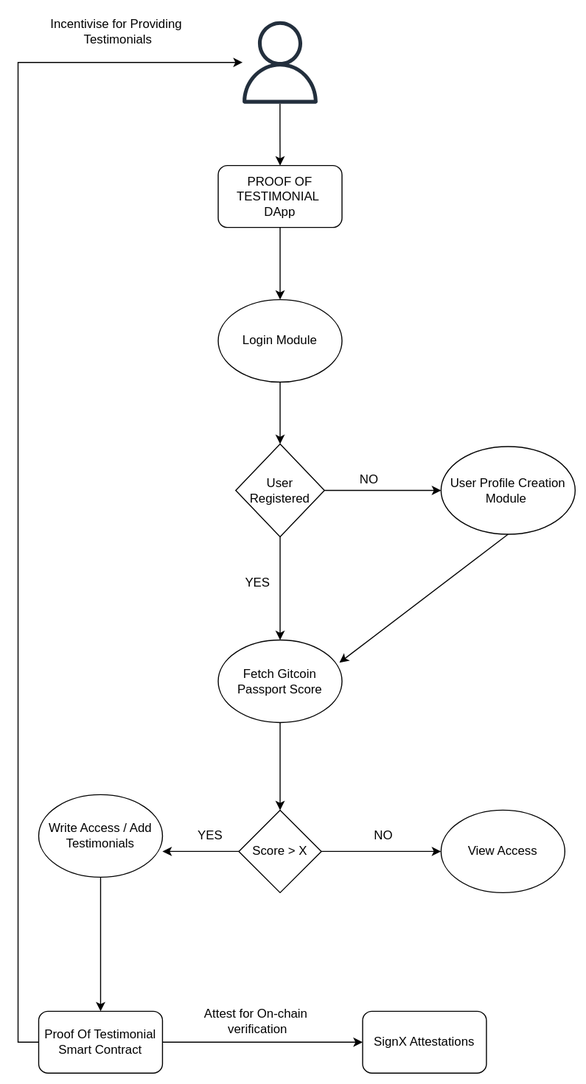
The draw.io diagram client/src/assets/userJourney.svg in Aman035/Proof-Of-Testimonial, before a commit. Source tidied: cells renumbered, new cells last; positions are measured from the earlier drawing's top-left corner, leaving out a move shared by most shapes.
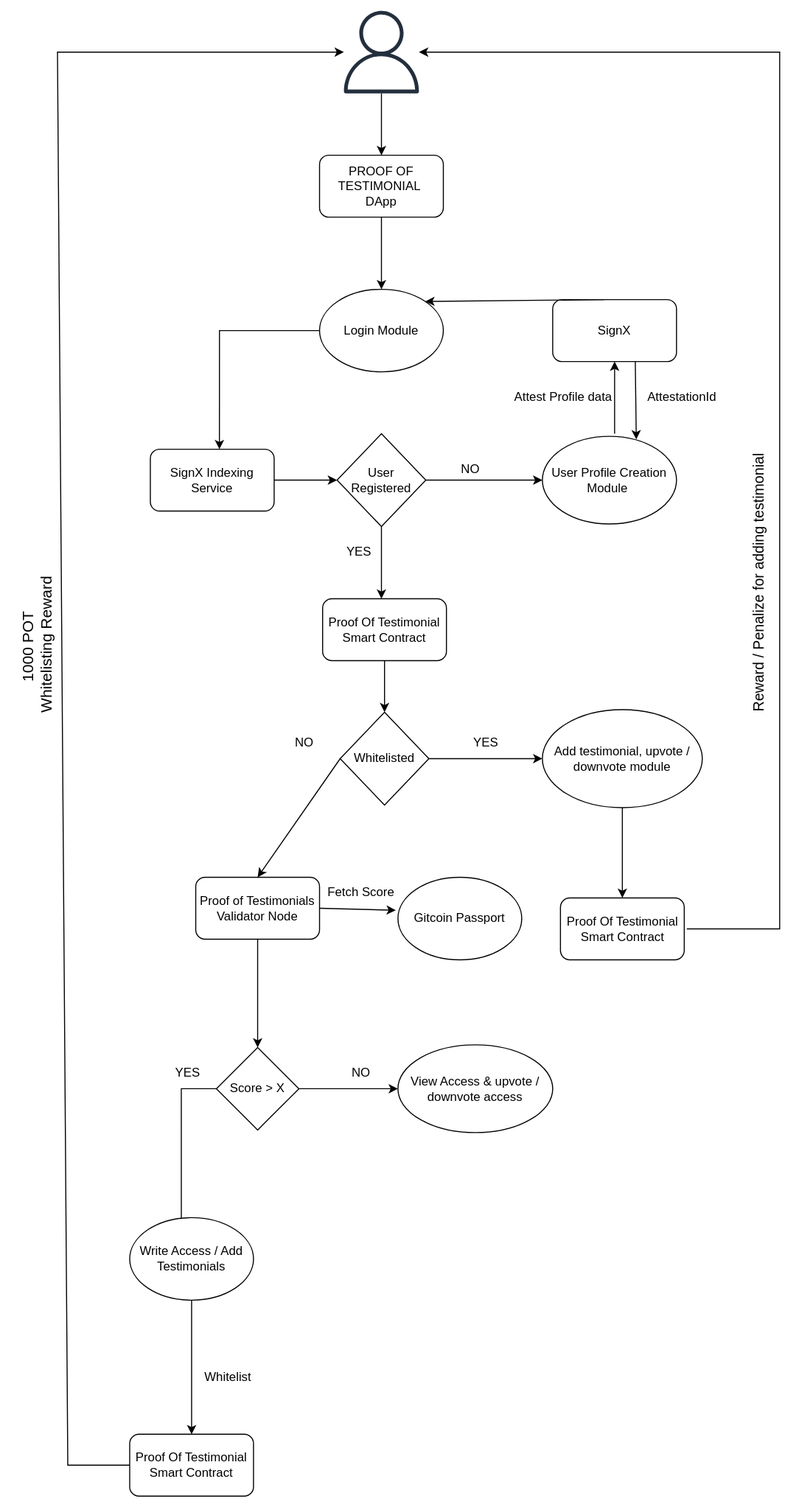
Above is the later version.

The edit, as a diff of the source:
```diff
@@ -14,18 +14,20 @@
     <mxCell id="5" value="PROOF OF TESTIMONIAL&amp;nbsp;&lt;div&gt;DApp&lt;/div&gt;" style="rounded=1;whiteSpace=wrap;html=1;" parent="1" vertex="1">
       <mxGeometry x="194" y="150" width="120" height="60" as="geometry" />
     </mxCell>
-    <mxCell id="6" style="edgeStyle=orthogonalEdgeStyle;rounded=0;jettySize=auto;html=1;" parent="1" edge="1" source="7" target="10">
-      <mxGeometry relative="1" as="geometry" />
-    </mxCell>
+    <mxCell id="31" style="edgeStyle=orthogonalEdgeStyle;rounded=0;jettySize=auto;html=1;entryX=0.558;entryY=0;entryDx=0;entryDy=0;entryPerimeter=0;" parent="1" edge="1" source="7" target="45">
+      <mxGeometry relative="1" as="geometry" />
+    </mxCell>
     <mxCell id="7" value="Login Module" style="ellipse;whiteSpace=wrap;html=1;" parent="1" vertex="1">
       <mxGeometry x="194" y="280" width="120" height="80" as="geometry" />
     </mxCell>
     <mxCell id="8" style="edgeStyle=orthogonalEdgeStyle;rounded=0;jettySize=auto;html=1;" parent="1" edge="1" source="10" target="11">
       <mxGeometry relative="1" as="geometry" />
     </mxCell>
-    <mxCell id="9" style="edgeStyle=orthogonalEdgeStyle;rounded=0;jettySize=auto;html=1;" parent="1" edge="1" source="10" target="14">
-      <mxGeometry relative="1" as="geometry" />
-    </mxCell>
+    <mxCell id="32" style="edgeStyle=orthogonalEdgeStyle;rounded=0;jettySize=auto;html=1;" parent="1" edge="1" source="10">
+      <mxGeometry relative="1" as="geometry">
+        <mxPoint x="254" y="580" as="targetPoint" />
+      </mxGeometry>
+    </mxCell>
     <mxCell id="10" value="User Registered" style="rhombus;whiteSpace=wrap;html=1;" parent="1" vertex="1">
       <mxGeometry x="211" y="420" width="86" height="90" as="geometry" />
     </mxCell>
@@ -35,66 +37,140 @@
     <mxCell id="12" value="NO" style="text;html=1;align=center;verticalAlign=middle;strokeColor=none;fillColor=none;" parent="1" vertex="1">
       <mxGeometry x="320" y="440" width="40" height="30" as="geometry" />
     </mxCell>
-    <mxCell id="13" style="edgeStyle=orthogonalEdgeStyle;rounded=0;jettySize=auto;html=1;" parent="1" edge="1" source="14" target="18">
-      <mxGeometry relative="1" as="geometry" />
-    </mxCell>
-    <mxCell id="14" value="Fetch Gitcoin Passport Score" style="ellipse;whiteSpace=wrap;html=1;" parent="1" vertex="1">
-      <mxGeometry x="194" y="610" width="120" height="80" as="geometry" />
-    </mxCell>
-    <mxCell id="15" style="endArrow=classic;html=1;rounded=0;exitX=0.5;exitY=1;exitDx=0;exitDy=0;entryX=0.979;entryY=0.275;entryDx=0;entryDy=0;entryPerimeter=0;" parent="1" edge="1" source="11" target="14">
-      <mxGeometry relative="1" as="geometry" />
-    </mxCell>
-    <mxCell id="16" style="edgeStyle=orthogonalEdgeStyle;rounded=0;jettySize=auto;html=1;" parent="1" edge="1" source="18" target="19">
-      <mxGeometry relative="1" as="geometry" />
-    </mxCell>
-    <mxCell id="17" style="edgeStyle=orthogonalEdgeStyle;rounded=0;jettySize=auto;html=1;" parent="1" edge="1" source="18">
-      <mxGeometry relative="1" as="geometry">
-        <mxPoint x="140" y="815" as="targetPoint" />
-      </mxGeometry>
-    </mxCell>
+    <mxCell id="33" style="edgeStyle=orthogonalEdgeStyle;rounded=0;jettySize=auto;html=1;exitX=0.5;exitY=1;exitDx=0;exitDy=0;" parent="1" edge="1" source="50" target="18">
+      <mxGeometry relative="1" as="geometry" />
+    </mxCell>
+    <mxCell id="34" style="edgeStyle=orthogonalEdgeStyle;rounded=0;jettySize=auto;html=1;" parent="1" edge="1" source="18" target="36">
+      <mxGeometry relative="1" as="geometry" />
+    </mxCell>
+    <mxCell id="35" style="edgeStyle=orthogonalEdgeStyle;rounded=0;jettySize=auto;html=1;entryX=0.417;entryY=0.125;entryDx=0;entryDy=0;entryPerimeter=0;" parent="1" edge="1" source="18" target="23">
+      <mxGeometry relative="1" as="geometry">
+        <Array as="points">
+          <mxPoint x="60" y="1055" />
+        </Array>
+      </mxGeometry>
+    </mxCell>
     <mxCell id="18" value="Score &amp;gt; X" style="rhombus;whiteSpace=wrap;html=1;" parent="1" vertex="1">
-      <mxGeometry x="214" y="775" width="80" height="80" as="geometry" />
+      <mxGeometry x="94" y="1015" width="80" height="80" as="geometry" />
     </mxCell>
-    <mxCell id="19" value="View Access" style="ellipse;whiteSpace=wrap;html=1;" parent="1" vertex="1">
-      <mxGeometry x="410" y="775" width="120" height="80" as="geometry" />
-    </mxCell>
-    <mxCell id="20" value="YES" style="text;html=1;align=center;verticalAlign=middle;strokeColor=none;fillColor=none;" parent="1" vertex="1">
-      <mxGeometry x="207" y="540" width="50" height="30" as="geometry" />
-    </mxCell>
-    <mxCell id="21" value="NO" style="text;html=1;align=center;verticalAlign=middle;strokeColor=none;fillColor=none;" parent="1" vertex="1">
-      <mxGeometry x="334" y="785" width="40" height="30" as="geometry" />
-    </mxCell>
-    <mxCell id="22" style="edgeStyle=orthogonalEdgeStyle;rounded=0;jettySize=auto;html=1;" parent="1" edge="1" source="23" target="25">
-      <mxGeometry relative="1" as="geometry" />
-    </mxCell>
+    <mxCell id="36" value="View Access &amp;amp; upvote / downvote access" style="ellipse;whiteSpace=wrap;html=1;" parent="1" vertex="1">
+      <mxGeometry x="270" y="1012.5" width="150" height="85" as="geometry" />
+    </mxCell>
+    <mxCell id="37" value="YES" style="text;html=1;align=center;verticalAlign=middle;strokeColor=none;fillColor=none;" parent="1" vertex="1">
+      <mxGeometry x="207" y="520" width="50" height="30" as="geometry" />
+    </mxCell>
+    <mxCell id="38" value="NO" style="text;html=1;align=center;verticalAlign=middle;strokeColor=none;fillColor=none;" parent="1" vertex="1">
+      <mxGeometry x="214" y="1025" width="40" height="30" as="geometry" />
+    </mxCell>
+    <mxCell id="39" style="edgeStyle=orthogonalEdgeStyle;rounded=0;jettySize=auto;html=1;" parent="1" edge="1" source="23" target="40">
+      <mxGeometry relative="1" as="geometry" />
+    </mxCell>
     <mxCell id="23" value="Write Access / Add Testimonials" style="ellipse;whiteSpace=wrap;html=1;" parent="1" vertex="1">
-      <mxGeometry x="20" y="760" width="120" height="80" as="geometry" />
+      <mxGeometry x="10" y="1180" width="120" height="80" as="geometry" />
     </mxCell>
-    <mxCell id="24" style="edgeStyle=orthogonalEdgeStyle;rounded=0;jettySize=auto;html=1;" parent="1" edge="1" source="25" target="26">
-      <mxGeometry relative="1" as="geometry" />
-    </mxCell>
-    <mxCell id="25" value="Proof Of Testimonial Smart Contract" style="rounded=1;whiteSpace=wrap;html=1;" parent="1" vertex="1">
-      <mxGeometry x="20" y="970" width="120" height="60" as="geometry" />
-    </mxCell>
-    <mxCell id="26" value="SignX Attestations" style="rounded=1;whiteSpace=wrap;html=1;" parent="1" vertex="1">
-      <mxGeometry x="334" y="970" width="120" height="60" as="geometry" />
-    </mxCell>
-    <mxCell id="27" value="Attest for On-chain&amp;nbsp;&lt;div&gt;verification&lt;/div&gt;" style="text;html=1;align=center;verticalAlign=middle;strokeColor=none;fillColor=none;" parent="1" vertex="1">
-      <mxGeometry x="167" y="960" width="130" height="40" as="geometry" />
-    </mxCell>
-    <mxCell id="28" style="endArrow=classic;html=1;rounded=0;exitX=0;exitY=0.5;exitDx=0;exitDy=0;" parent="1" edge="1" source="25" target="3">
-      <mxGeometry relative="1" as="geometry">
-        <Array as="points">
-          <mxPoint y="1000" />
-          <mxPoint y="50" />
-        </Array>
-      </mxGeometry>
-    </mxCell>
-    <mxCell id="29" value="Incentivise for Providing&lt;div&gt;&amp;nbsp;Testimonials&lt;/div&gt;" style="text;html=1;align=center;verticalAlign=middle;strokeColor=none;fillColor=none;" parent="1" vertex="1">
-      <mxGeometry x="20" width="150" height="40" as="geometry" />
-    </mxCell>
-    <mxCell id="30" value="YES" style="text;html=1;align=center;verticalAlign=middle;strokeColor=none;fillColor=none;" parent="1" vertex="1">
-      <mxGeometry x="161" y="785" width="50" height="30" as="geometry" />
-    </mxCell>
+    <mxCell id="40" value="Proof Of Testimonial Smart Contract" style="rounded=1;whiteSpace=wrap;html=1;" parent="1" vertex="1">
+      <mxGeometry x="10" y="1390" width="120" height="60" as="geometry" />
+    </mxCell>
+    <mxCell id="41" value="YES" style="text;html=1;align=center;verticalAlign=middle;strokeColor=none;fillColor=none;" parent="1" vertex="1">
+      <mxGeometry x="41" y="1025" width="50" height="30" as="geometry" />
+    </mxCell>
+    <mxCell id="42" value="SignX" style="rounded=1;whiteSpace=wrap;html=1;" parent="1" vertex="1">
+      <mxGeometry x="420" y="290" width="120" height="60" as="geometry" />
+    </mxCell>
+    <mxCell id="43" style="endArrow=classic;html=1;rounded=0;entryX=0.5;entryY=1;entryDx=0;entryDy=0;" parent="1" edge="1" target="42">
+      <mxGeometry relative="1" as="geometry">
+        <mxPoint x="480" y="420" as="sourcePoint" />
+      </mxGeometry>
+    </mxCell>
+    <mxCell id="44" value="Attest Profile data" style="text;html=1;align=center;verticalAlign=middle;strokeColor=none;fillColor=none;" parent="1" vertex="1">
+      <mxGeometry x="370" y="370" width="120" height="30" as="geometry" />
+    </mxCell>
+    <mxCell id="45" value="SignX Indexing Service" style="rounded=1;whiteSpace=wrap;html=1;" parent="1" vertex="1">
+      <mxGeometry x="30" y="435" width="120" height="60" as="geometry" />
+    </mxCell>
+    <mxCell id="46" style="endArrow=classic;html=1;rounded=0;exitX=1;exitY=0.5;exitDx=0;exitDy=0;entryX=0;entryY=0.5;entryDx=0;entryDy=0;" parent="1" edge="1" source="45" target="10">
+      <mxGeometry relative="1" as="geometry" />
+    </mxCell>
+    <mxCell id="47" style="endArrow=classic;html=1;rounded=0;exitX=0.667;exitY=1;exitDx=0;exitDy=0;exitPerimeter=0;entryX=0.7;entryY=0.035;entryDx=0;entryDy=0;entryPerimeter=0;" parent="1" edge="1" source="42" target="11">
+      <mxGeometry relative="1" as="geometry" />
+    </mxCell>
+    <mxCell id="48" value="AttestationId" style="text;html=1;align=center;verticalAlign=middle;strokeColor=none;fillColor=none;" parent="1" vertex="1">
+      <mxGeometry x="500" y="370" width="90" height="30" as="geometry" />
+    </mxCell>
+    <mxCell id="49" style="endArrow=classic;html=1;rounded=0;entryX=1;entryY=0;entryDx=0;entryDy=0;" parent="1" edge="1" target="7">
+      <mxGeometry relative="1" as="geometry">
+        <mxPoint x="470" y="290" as="sourcePoint" />
+      </mxGeometry>
+    </mxCell>
+    <mxCell id="50" value="Proof of Testimonials&lt;div&gt;Validator Node&lt;/div&gt;" style="rounded=1;whiteSpace=wrap;html=1;" parent="1" vertex="1">
+      <mxGeometry x="74" y="850" width="120" height="60" as="geometry" />
+    </mxCell>
+    <mxCell id="51" value="Gitcoin Passport" style="ellipse;whiteSpace=wrap;html=1;" parent="1" vertex="1">
+      <mxGeometry x="270" y="850" width="120" height="80" as="geometry" />
+    </mxCell>
+    <mxCell id="52" style="endArrow=classic;html=1;rounded=0;exitX=1;exitY=0.5;exitDx=0;exitDy=0;entryX=-0.017;entryY=0.4;entryDx=0;entryDy=0;entryPerimeter=0;" parent="1" edge="1" source="50" target="51">
+      <mxGeometry relative="1" as="geometry" />
+    </mxCell>
+    <mxCell id="53" value="Fetch Score" style="text;html=1;align=center;verticalAlign=middle;strokeColor=none;fillColor=none;" parent="1" vertex="1">
+      <mxGeometry x="189" y="850" width="90" height="30" as="geometry" />
+    </mxCell>
+    <mxCell id="54" value="Whitelist" style="text;html=1;align=center;verticalAlign=middle;strokeColor=none;fillColor=none;" parent="1" vertex="1">
+      <mxGeometry x="70" y="1320" width="70" height="30" as="geometry" />
+    </mxCell>
+    <mxCell id="55" value="&lt;font style=&quot;font-size: 15px;&quot;&gt;1000 POT&amp;nbsp;&lt;/font&gt;&lt;div style=&quot;font-size: 15px;&quot;&gt;&lt;font style=&quot;font-size: 15px;&quot;&gt;Whitelisting Reward&lt;/font&gt;&lt;/div&gt;" style="text;html=1;align=center;verticalAlign=middle;strokeColor=none;fillColor=none;rotation=-90;" parent="1" vertex="1">
+      <mxGeometry x="-160" y="600" width="160" height="50" as="geometry" />
+    </mxCell>
+    <mxCell id="56" value="Whitelisted" style="rhombus;whiteSpace=wrap;html=1;" parent="1" vertex="1">
+      <mxGeometry x="214" y="690" width="86" height="90" as="geometry" />
+    </mxCell>
+    <mxCell id="57" style="endArrow=classic;html=1;rounded=0;exitX=0;exitY=0.5;exitDx=0;exitDy=0;entryX=0.5;entryY=0;entryDx=0;entryDy=0;" parent="1" edge="1" source="56" target="50">
+      <mxGeometry relative="1" as="geometry" />
+    </mxCell>
+    <mxCell id="58" value="NO" style="text;html=1;align=center;verticalAlign=middle;strokeColor=none;fillColor=none;" parent="1" vertex="1">
+      <mxGeometry x="159" y="705" width="40" height="30" as="geometry" />
+    </mxCell>
+    <mxCell id="59" style="edgeStyle=orthogonalEdgeStyle;rounded=0;jettySize=auto;html=1;" parent="1" edge="1" source="60" target="56">
+      <mxGeometry relative="1" as="geometry" />
+    </mxCell>
+    <mxCell id="60" value="Proof Of Testimonial Smart Contract" style="rounded=1;whiteSpace=wrap;html=1;" parent="1" vertex="1">
+      <mxGeometry x="197" y="580" width="120" height="60" as="geometry" />
+    </mxCell>
+    <mxCell id="61" style="endArrow=classic;html=1;rounded=0;exitX=1;exitY=0.5;exitDx=0;exitDy=0;" parent="1" edge="1" source="56">
+      <mxGeometry relative="1" as="geometry">
+        <mxPoint x="410" y="735" as="targetPoint" />
+      </mxGeometry>
+    </mxCell>
+    <mxCell id="62" value="YES" style="text;html=1;align=center;verticalAlign=middle;strokeColor=none;fillColor=none;" parent="1" vertex="1">
+      <mxGeometry x="330" y="705" width="50" height="30" as="geometry" />
+    </mxCell>
+    <mxCell id="63" style="edgeStyle=orthogonalEdgeStyle;rounded=0;jettySize=auto;html=1;" parent="1" edge="1" source="64" target="65">
+      <mxGeometry relative="1" as="geometry" />
+    </mxCell>
+    <mxCell id="64" value="Add testimonial, upvote / downvote module" style="ellipse;whiteSpace=wrap;html=1;" parent="1" vertex="1">
+      <mxGeometry x="410" y="687.5" width="155" height="95" as="geometry" />
+    </mxCell>
+    <mxCell id="65" value="Proof Of Testimonial Smart Contract" style="rounded=1;whiteSpace=wrap;html=1;" parent="1" vertex="1">
+      <mxGeometry x="427.5" y="870" width="120" height="60" as="geometry" />
+    </mxCell>
+    <mxCell id="66" style="endArrow=classic;html=1;rounded=0;" parent="1" edge="1" target="3">
+      <mxGeometry relative="1" as="geometry">
+        <mxPoint x="550" y="900" as="sourcePoint" />
+        <Array as="points">
+          <mxPoint x="640" y="900" />
+          <mxPoint x="640" y="50" />
+        </Array>
+      </mxGeometry>
+    </mxCell>
+    <mxCell id="67" value="&lt;font style=&quot;font-size: 14px;&quot;&gt;Reward / Penalize for adding testimonial&lt;/font&gt;" style="text;html=1;align=center;verticalAlign=middle;strokeColor=none;fillColor=none;rotation=-90;" parent="1" vertex="1">
+      <mxGeometry x="485" y="550" width="270" height="30" as="geometry" />
+    </mxCell>
+    <mxCell id="68" style="endArrow=classic;html=1;rounded=0;exitX=0;exitY=0.5;exitDx=0;exitDy=0;" parent="1" edge="1" source="40" target="3">
+      <mxGeometry relative="1" as="geometry">
+        <Array as="points">
+          <mxPoint x="-50" y="1420" />
+          <mxPoint x="-60" y="50" />
+        </Array>
+      </mxGeometry>
+    </mxCell>
   </root>
 </mxGraphModel>
```
